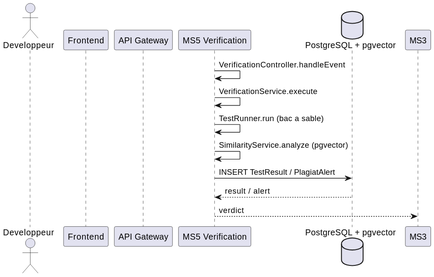
Above: docs/Diagrams/Verification/ms5-verification-sequence.svg in reemslama/mini-projet-web (PlantUML), before the change.
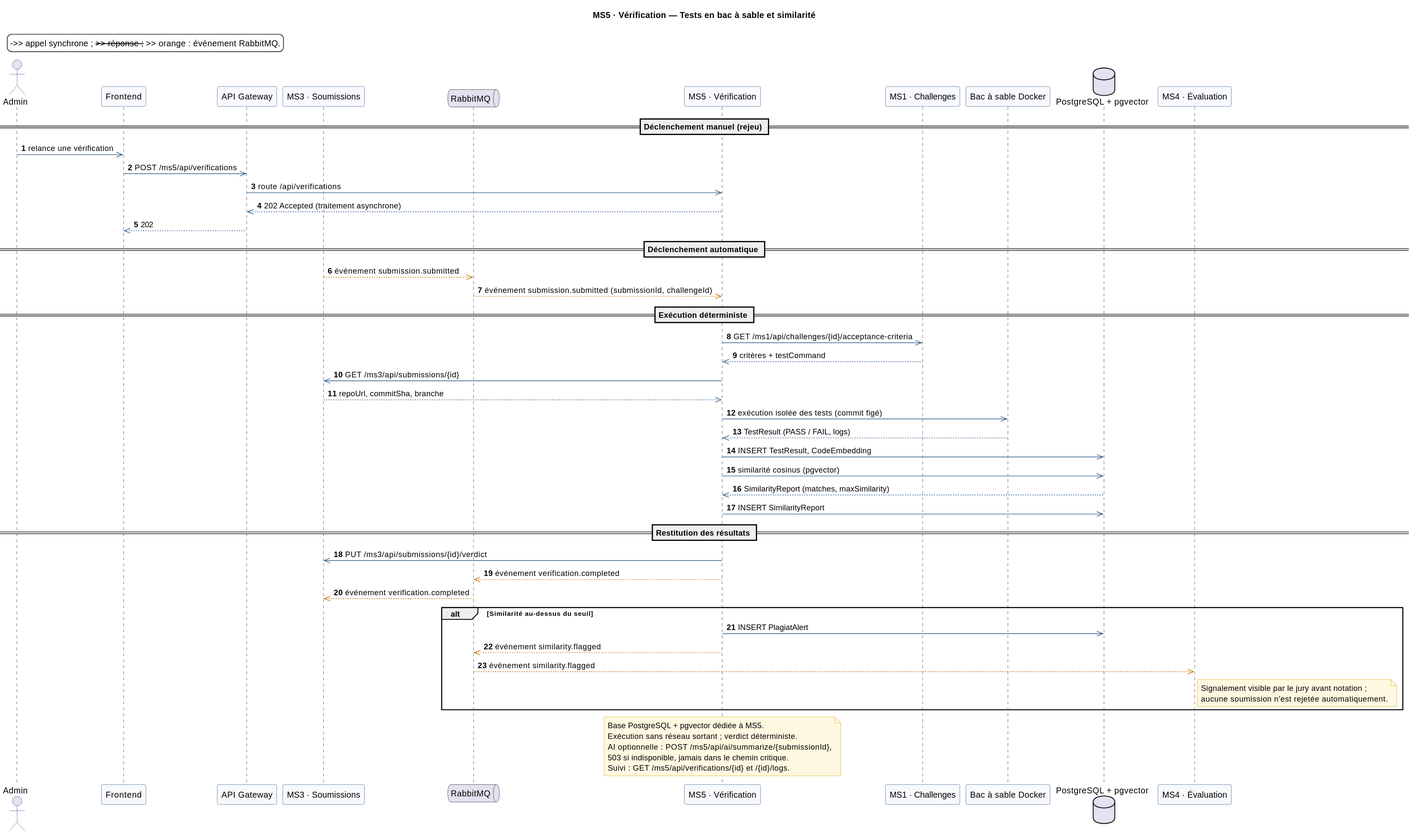
After the change.

What changed in the source:
```diff
@@ -1,16 +1,80 @@
 @startuml
+title MS5 · Vérification — Tests en bac à sable et similarité
+
 skinparam backgroundColor #FFFFFF
-actor Developpeur
+skinparam shadowing false
+skinparam FontName Helvetica
+skinparam FontSize 12
+skinparam ArrowColor #2E5A88
+skinparam ParticipantBackgroundColor #F7F9FC
+skinparam ParticipantBorderColor #2E5A88
+skinparam ActorBorderColor #2E5A88
+skinparam NoteBackgroundColor #FFF8E1
+skinparam NoteBorderColor #D9A400
+autonumber
+
+legend top left
+  ->> appel synchrone ; -->> réponse ; -->> orange : événement RabbitMQ.
+end legend
+
+actor "Admin" as ADM
 participant "Frontend" as FE
 participant "API Gateway" as GW
-participant "MS5 Verification" as MS5
+participant "MS3 · Soumissions" as MS3
+queue "RabbitMQ" as RMQ
+participant "MS5 · Vérification" as MS5
+participant "MS1 · Challenges" as MS1
+participant "Bac à sable Docker" as DC
 database "PostgreSQL + pgvector" as DB
+participant "MS4 · Évaluation" as MS4
 
-MS5 -> MS5 : VerificationController.handleEvent
-MS5 -> MS5 : VerificationService.execute
-MS5 -> MS5 : TestRunner.run (bac a sable)
-MS5 -> MS5 : SimilarityService.analyze (pgvector)
-MS5 -> DB : INSERT TestResult / PlagiatAlert
-DB --> MS5 : result / alert
-MS5 --> MS3 : verdict
+== Déclenchement manuel (rejeu) ==
+
+ADM ->> FE : relance une vérification
+FE ->> GW : POST /ms5/api/verifications
+GW ->> MS5 : route /api/verifications
+MS5 -->> GW : 202 Accepted (traitement asynchrone)
+GW -->> FE : 202
+
+== Déclenchement automatique ==
+
+MS3 --[#C07400]>> RMQ : événement submission.submitted
+RMQ --[#C07400]>> MS5 : événement submission.submitted (submissionId, challengeId)
+
+== Exécution déterministe ==
+
+MS5 ->> MS1 : GET /ms1/api/challenges/{id}/acceptance-criteria
+MS1 -->> MS5 : critères + testCommand
+MS5 ->> MS3 : GET /ms3/api/submissions/{id}
+MS3 -->> MS5 : repoUrl, commitSha, branche
+MS5 ->> DC : exécution isolée des tests (commit figé)
+DC -->> MS5 : TestResult (PASS / FAIL, logs)
+MS5 ->> DB : INSERT TestResult, CodeEmbedding
+MS5 ->> DB : similarité cosinus (pgvector)
+DB -->> MS5 : SimilarityReport (matches, maxSimilarity)
+MS5 ->> DB : INSERT SimilarityReport
+
+== Restitution des résultats ==
+
+MS5 ->> MS3 : PUT /ms3/api/submissions/{id}/verdict
+MS5 --[#C07400]>> RMQ : événement verification.completed
+RMQ --[#C07400]>> MS3 : événement verification.completed
+
+alt Similarité au-dessus du seuil
+  MS5 ->> DB : INSERT PlagiatAlert
+  MS5 --[#C07400]>> RMQ : événement similarity.flagged
+  RMQ --[#C07400]>> MS4 : événement similarity.flagged
+  note right of MS4
+    Signalement visible par le jury avant notation ;
+    aucune soumission n'est rejetée automatiquement.
+  end note
+end
+
+note over MS5
+  Base PostgreSQL + pgvector dédiée à MS5.
+  Exécution sans réseau sortant ; verdict déterministe.
+  AI optionnelle : POST /ms5/api/ai/summarize/{submissionId},
+  503 si indisponible, jamais dans le chemin critique.
+  Suivi : GET /ms5/api/verifications/{id} et /{id}/logs.
+end note
 @enduml
```
